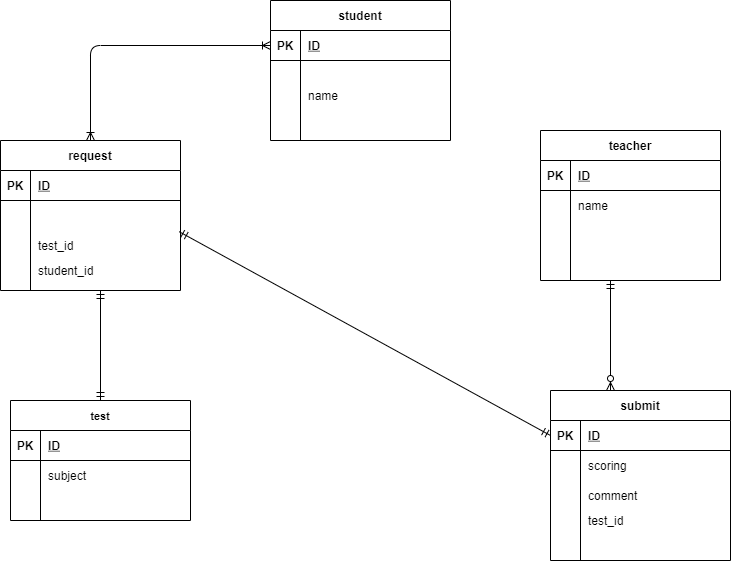
Earlier version of the draw.io export index.drawio.png (kgrkgr/datebase). Source tidied: cells renumbered, new cells last; positions are measured from the earlier drawing's top-left corner, leaving out a move shared by most shapes.
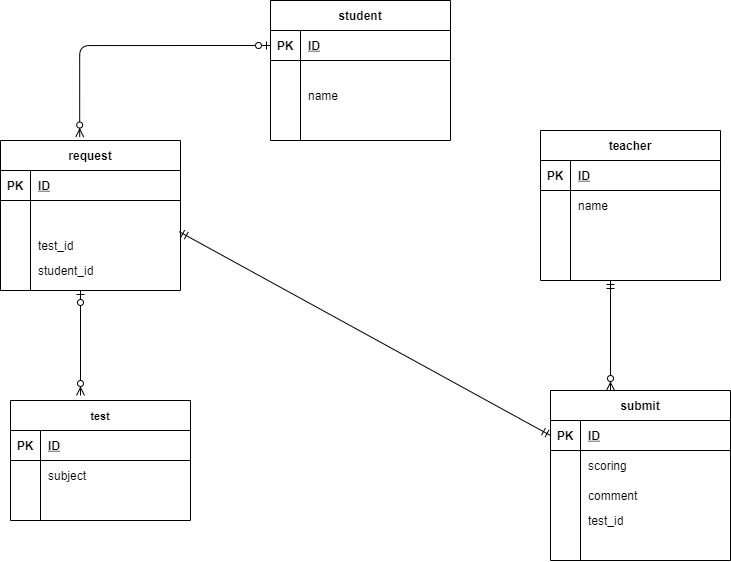
Above is the later version.

Change to the diagram source:
```diff
@@ -203,16 +203,17 @@
         <mxPoint x="610" y="390" as="targetPoint" />
       </mxGeometry>
     </mxCell>
-    <mxCell id="68" style="edgeStyle=orthogonalEdgeStyle;fontSize=12;html=1;endArrow=ERmandOne;startArrow=ERmandOne;entryX=0.5;entryY=0;entryDx=0;entryDy=0;" parent="1" edge="1" target="31">
-      <mxGeometry relative="1" as="geometry">
-        <mxPoint x="100" y="290" as="sourcePoint" />
-      </mxGeometry>
-    </mxCell>
     <mxCell id="69" style="fontSize=12;html=1;endArrow=ERmandOne;startArrow=ERmandOne;exitX=0.993;exitY=0.041;exitDx=0;exitDy=0;exitPerimeter=0;entryX=0;entryY=0.5;entryDx=0;entryDy=0;" parent="1" edge="1" source="48" target="16">
       <mxGeometry relative="1" as="geometry" />
     </mxCell>
-    <mxCell id="70" style="edgeStyle=orthogonalEdgeStyle;fontSize=12;html=1;endArrow=ERoneToMany;startArrow=ERoneToMany;entryX=0;entryY=0.5;entryDx=0;entryDy=0;exitX=0.5;exitY=0;exitDx=0;exitDy=0;" parent="1" edge="1" source="41" target="3">
-      <mxGeometry relative="1" as="geometry" />
-    </mxCell>
+    <mxCell id="71" style="fontSize=12;html=1;endArrow=ERzeroToMany;startArrow=ERzeroToOne;" parent="1" edge="1">
+      <mxGeometry relative="1" as="geometry">
+        <mxPoint x="80" y="290" as="sourcePoint" />
+        <mxPoint x="80" y="395" as="targetPoint" />
+      </mxGeometry>
+    </mxCell>
+    <mxCell id="72" style="fontSize=12;html=1;endArrow=ERzeroToMany;startArrow=ERzeroToOne;exitX=0;exitY=0.5;exitDx=0;exitDy=0;entryX=0.44;entryY=-0.023;entryDx=0;entryDy=0;entryPerimeter=0;edgeStyle=orthogonalEdgeStyle;" parent="1" edge="1" source="3" target="41">
+      <mxGeometry relative="1" as="geometry" />
+    </mxCell>
   </root>
 </mxGraphModel>
```
